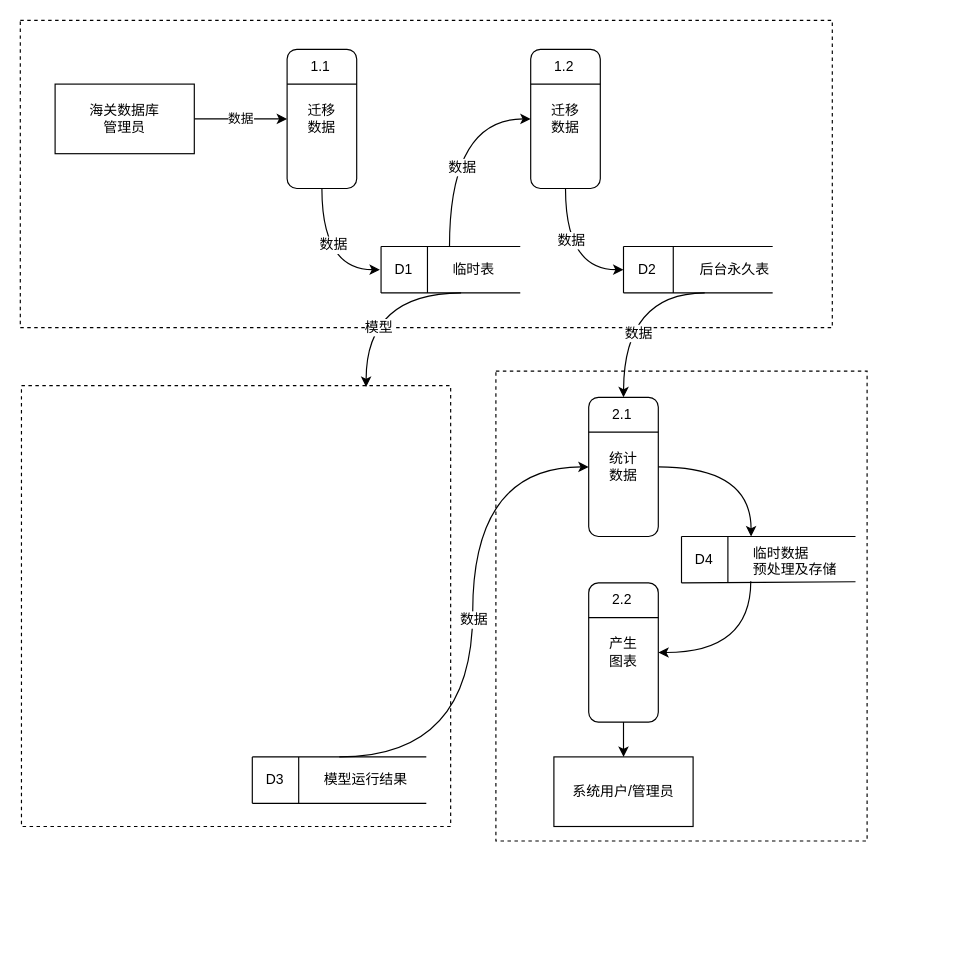
Above: page "数据流图" (1 of 4) of 海关项目图表.drawio in zjtone/RL-Note (draw.io), before the change. Source tidied: cells renumbered, new cells numbered last; positions are measured from the earlier drawing's top-left corner, leaving out a move shared by most shapes. Both pictures are drawn from the tidied source at 116%, with x=0, y=0 at pixel (20, 20).
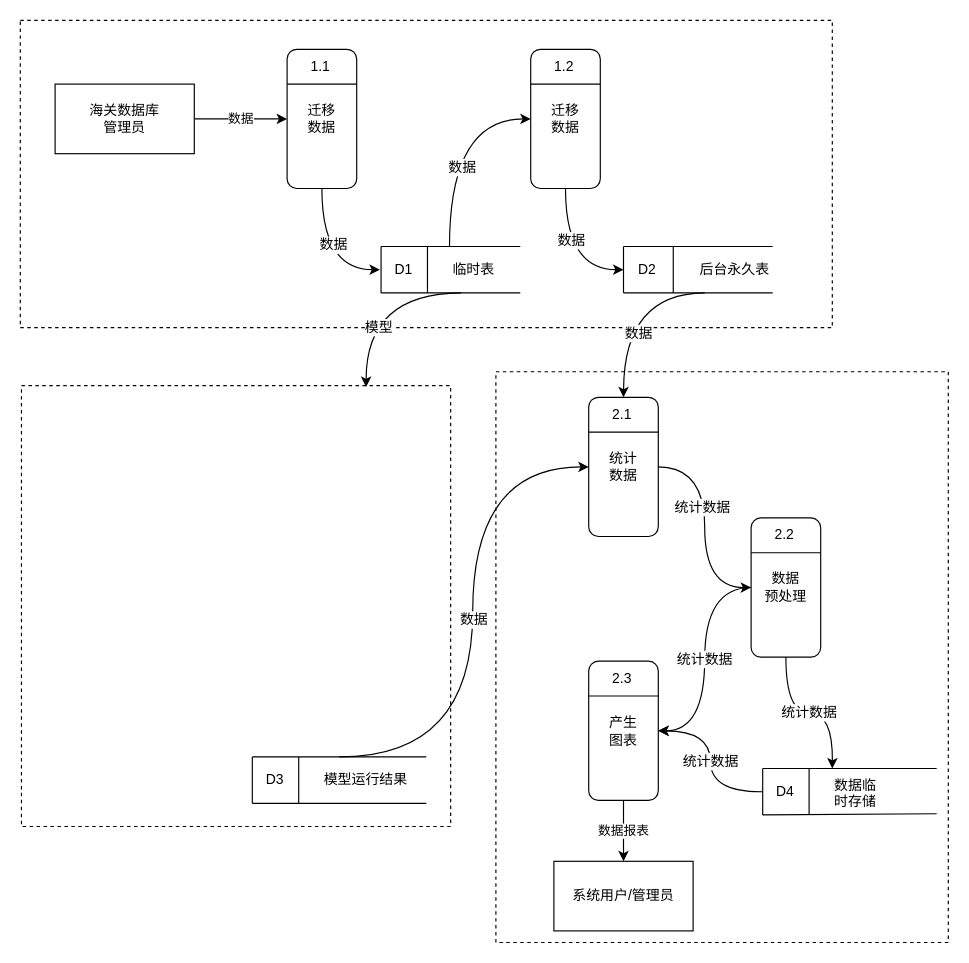
The same diagram, later.

Commit message:
更新海关项目图表.drawio

The change refers to these unchanged cells:
```xml
<mxCell id="48" value="统计&lt;br&gt;数据" style="rounded=1;whiteSpace=wrap;html=1;rotation=0;arcSize=14;" parent="47" vertex="1">
  <mxGeometry width="60" height="120" as="geometry" />
</mxCell>
<mxCell id="60" value="产生&lt;br&gt;图表" style="rounded=1;whiteSpace=wrap;html=1;rotation=0;arcSize=14;" parent="59" vertex="1">
  <mxGeometry width="60" height="120" as="geometry" />
</mxCell>
```

Change to the diagram source:
```diff
@@
     <mxCell id="2" style="rounded=0;whiteSpace=wrap;html=1;dashed=1;" parent="1" vertex="1">
-      <mxGeometry x="410" y="302.5" width="320" height="405" as="geometry" />
+      <mxGeometry x="410" y="303" width="390" height="492" as="geometry" />
     </mxCell>
@@
     <mxCell id="51" style="group;" parent="1" vertex="1">
-      <mxGeometry x="570" y="445" width="150" height="40" as="geometry" />
+      <mxGeometry x="640" y="645" width="150" height="40" as="geometry" />
     </mxCell>
@@
-    <mxCell id="56" value="临时数据&lt;br&gt;预处理及存储" style="text;html=1;points=[];align=left;verticalAlign=top;spacingTop=-4;" parent="51" vertex="1">
-      <mxGeometry x="60" y="5" width="90" height="30" as="geometry" />
+    <mxCell id="56" value="数据临&lt;br&gt;时存储" style="text;html=1;points=[];align=left;verticalAlign=top;spacingTop=-4;" parent="51" vertex="1">
+      <mxGeometry x="60" y="5" width="50" height="30" as="geometry" />
     </mxCell>
@@
-    <mxCell id="58" style="endArrow=classic;html=1;exitX=1;exitY=0.5;exitDx=0;exitDy=0;edgeStyle=orthogonalEdgeStyle;curved=1;" parent="1" edge="1" source="48">
-      <mxGeometry relative="1" as="geometry">
-        <mxPoint x="630" y="445" as="targetPoint" />
-        <Array as="points">
-          <mxPoint x="630" y="385" />
-        </Array>
-      </mxGeometry>
-    </mxCell>
     <mxCell id="59" style="group;" parent="1" vertex="1">
-      <mxGeometry x="490" y="485" width="60" height="120" as="geometry" />
+      <mxGeometry x="490" y="552.5" width="60" height="120" as="geometry" />
     </mxCell>
@@
-    <mxCell id="62" value="2.2" style="text;html=1;strokeColor=none;fillColor=none;align=center;verticalAlign=middle;whiteSpace=wrap;rounded=0;" parent="59" vertex="1">
+    <mxCell id="62" value="2.3" style="text;html=1;strokeColor=none;fillColor=none;align=center;verticalAlign=middle;whiteSpace=wrap;rounded=0;" parent="59" vertex="1">
       <mxGeometry x="9" y="5" width="40" height="20" as="geometry" />
     </mxCell>
-    <mxCell id="63" style="endArrow=classic;html=1;exitX=-0.003;exitY=1.118;exitDx=0;exitDy=0;exitPerimeter=0;entryX=1;entryY=0.5;entryDx=0;entryDy=0;edgeStyle=orthogonalEdgeStyle;curved=1;" parent="1" edge="1" source="56" target="60">
-      <mxGeometry relative="1" as="geometry">
-        <Array as="points">
-          <mxPoint x="630" y="545" />
-        </Array>
-      </mxGeometry>
-    </mxCell>
     <mxCell id="64" value="系统用户/管理员" style="rounded=0;whiteSpace=wrap;html=1;" parent="1" vertex="1">
-      <mxGeometry x="460" y="635" width="120" height="60" as="geometry" />
+      <mxGeometry x="460" y="725" width="120" height="60" as="geometry" />
     </mxCell>
-    <mxCell id="65" style="edgeStyle=orthogonalEdgeStyle;curved=1;rounded=0;jettySize=auto;html=1;exitX=0.5;exitY=1;exitDx=0;exitDy=0;entryX=0.5;entryY=0;entryDx=0;entryDy=0;" parent="1" edge="1" source="60" target="64">
+    <mxCell id="65" value="数据报表" style="edgeStyle=orthogonalEdgeStyle;curved=1;rounded=0;jettySize=auto;html=1;exitX=0.5;exitY=1;exitDx=0;exitDy=0;entryX=0.5;entryY=0;entryDx=0;entryDy=0;" parent="1" edge="1" source="60" target="64">
       <mxGeometry relative="1" as="geometry" />
     </mxCell>
+    <mxCell id="66" style="group;" parent="1" vertex="1">
+      <mxGeometry x="630" y="429" width="60" height="120" as="geometry" />
+    </mxCell>
+    <mxCell id="67" value="数据&lt;br&gt;预处理" style="rounded=1;whiteSpace=wrap;html=1;rotation=0;arcSize=14;" parent="66" vertex="1">
+      <mxGeometry width="60" height="120" as="geometry" />
+    </mxCell>
+    <mxCell id="68" style="endArrow=none;html=1;entryX=1;entryY=0.25;entryDx=0;entryDy=0;exitX=0;exitY=0.25;exitDx=0;exitDy=0;" parent="66" edge="1" source="67" target="67">
+      <mxGeometry relative="1" as="geometry" />
+    </mxCell>
+    <mxCell id="69" value="2.2" style="text;html=1;strokeColor=none;fillColor=none;align=center;verticalAlign=middle;whiteSpace=wrap;rounded=0;" parent="66" vertex="1">
+      <mxGeometry x="9" y="5" width="40" height="20" as="geometry" />
+    </mxCell>
+    <mxCell id="70" style="endArrow=classic;html=1;fontSize=14;exitX=1;exitY=0.5;exitDx=0;exitDy=0;edgeStyle=orthogonalEdgeStyle;curved=1;entryX=0;entryY=0.5;entryDx=0;entryDy=0;" parent="1" edge="1" source="48" target="67">
+      <mxGeometry relative="1" as="geometry">
+        <Array as="points">
+          <mxPoint x="590" y="385" />
+          <mxPoint x="590" y="489" />
+        </Array>
+      </mxGeometry>
+    </mxCell>
+    <mxCell id="71" value="统计数据" style="text;html=1;align=center;verticalAlign=middle;labelBackgroundColor=#ffffff;fontSize=12;" parent="70" vertex="1">
+      <mxGeometry x="-0.2" y="-3" relative="1" as="geometry" />
+    </mxCell>
+    <mxCell id="72" value="统计数据" style="endArrow=classic;html=1;fontSize=12;entryX=1;entryY=0.5;entryDx=0;entryDy=0;exitX=0;exitY=0.5;exitDx=0;exitDy=0;edgeStyle=orthogonalEdgeStyle;curved=1;" parent="1" edge="1" source="67" target="60">
+      <mxGeometry relative="1" as="geometry" />
+    </mxCell>
+    <mxCell id="73" value="统计数据" style="endArrow=classic;html=1;fontSize=12;exitX=0.5;exitY=1;exitDx=0;exitDy=0;edgeStyle=orthogonalEdgeStyle;curved=1;" parent="1" edge="1" source="67">
+      <mxGeometry relative="1" as="geometry">
+        <mxPoint x="700" y="645" as="targetPoint" />
+      </mxGeometry>
+    </mxCell>
+    <mxCell id="74" value="统计数据" style="edgeStyle=orthogonalEdgeStyle;curved=1;rounded=0;jettySize=auto;html=1;entryX=1;entryY=0.5;entryDx=0;entryDy=0;fontSize=12;" parent="1" edge="1" target="60">
+      <mxGeometry relative="1" as="geometry">
+        <mxPoint x="640" y="665" as="sourcePoint" />
+      </mxGeometry>
+    </mxCell>
```
